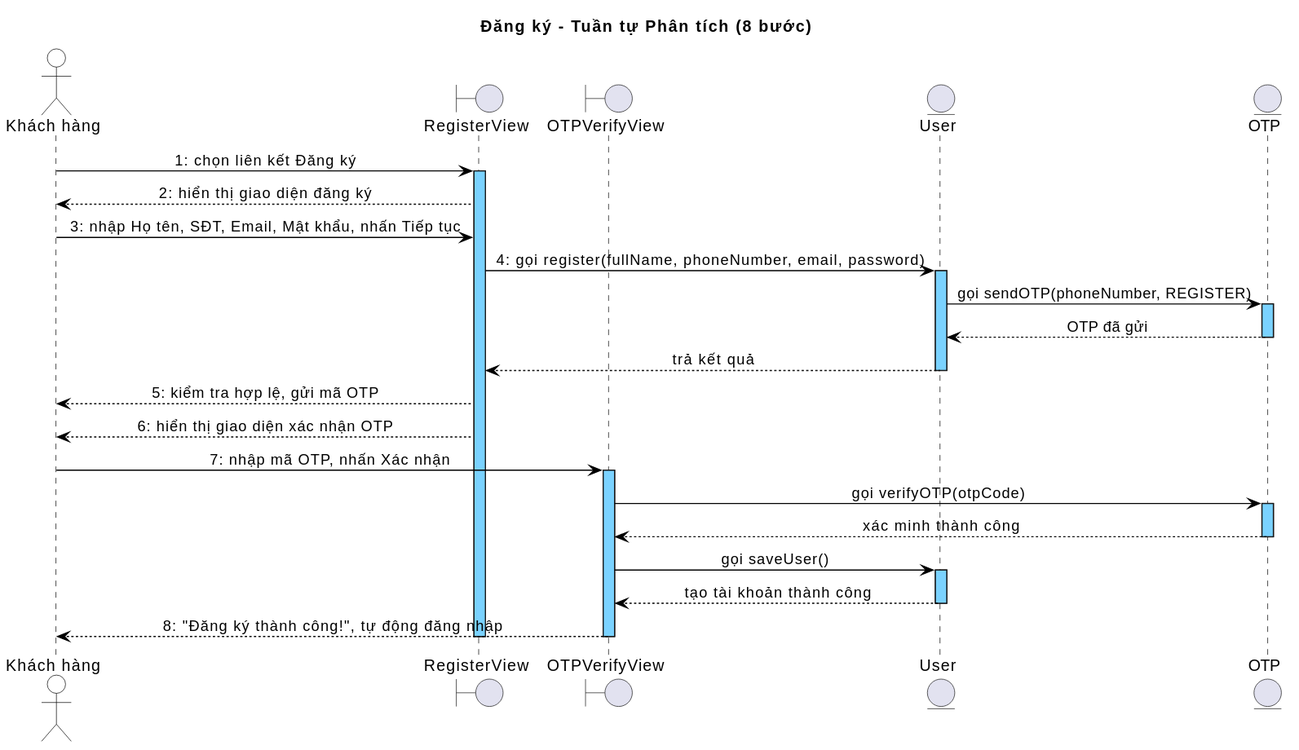
thanhtrnnn/cnpm keeps this PlantUML diagram as output/diagrams/account_seq_register_analysis.svg. Above is the earlier version.
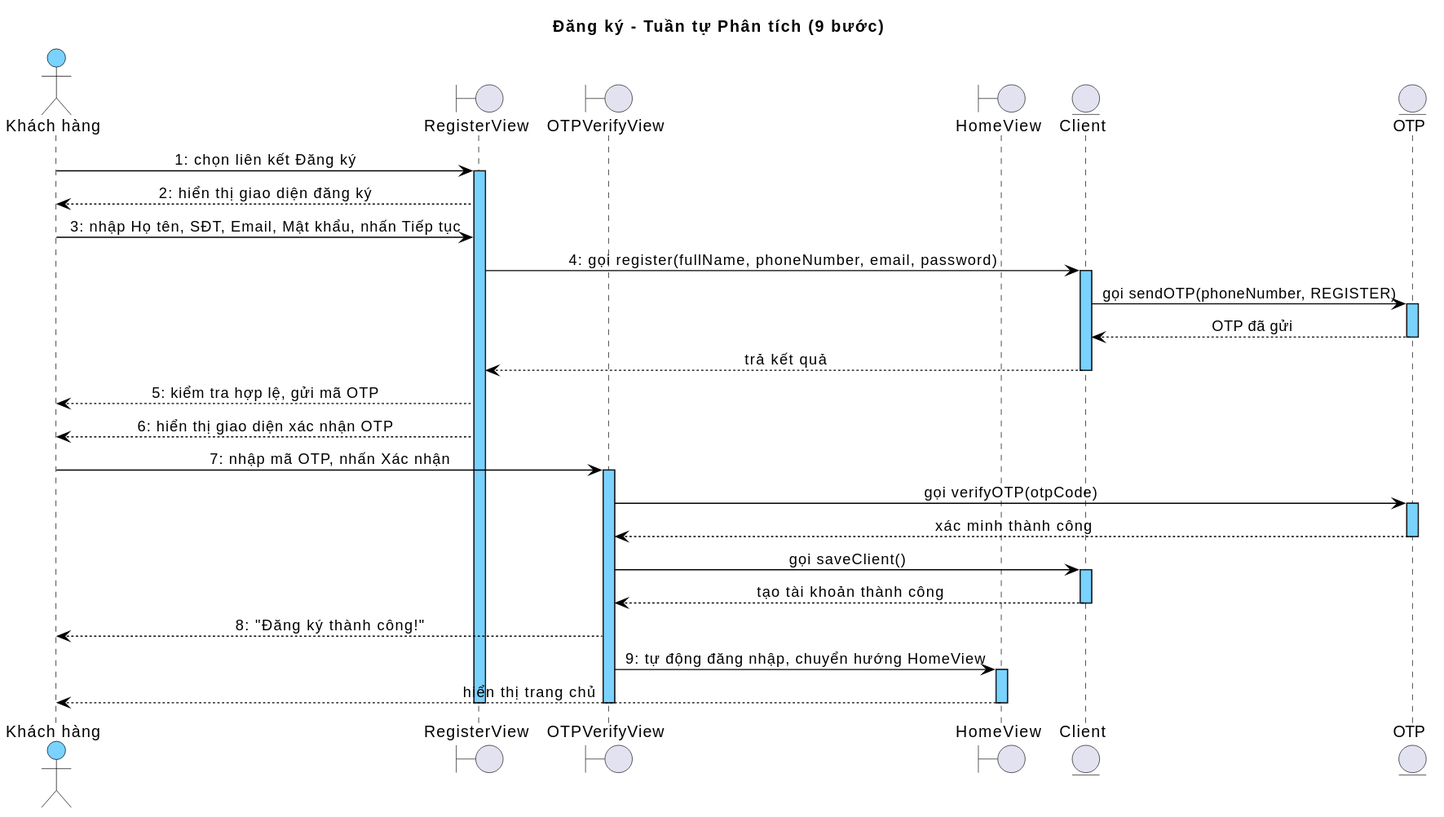
After the change.

Change to the diagram source:
```diff
@@ -17,14 +17,15 @@
 skinparam sequenceMessageFontColor #000000
 skinparam sequenceMessageFontSize 10
 skinparam sequenceActorBorderColor #000000
-skinparam sequenceActorBackgroundColor transparent
+skinparam sequenceActorBackgroundColor #7AD2FF
 skinparam sequenceActorFontColor #000000
-title Đăng ký - Tuần tự Phân tích (8 bước)
+title Đăng ký - Tuần tự Phân tích (9 bước)
 
 actor "Khách hàng" as Actor
 boundary RegisterView as B1
 boundary OTPVerifyView as B2
-entity User as E1
+boundary HomeView as B3
+entity Client as E1
 entity OTP as E2
 
 Actor -> B1 : 1: chọn liên kết Đăng ký
@@ -47,11 +48,15 @@
 activate E2
 E2 --> B2 : xác minh thành công
 deactivate E2
-B2 -> E1 : gọi saveUser()
+B2 -> E1 : gọi saveClient()
 activate E1
 E1 --> B2 : tạo tài khoản thành công
 deactivate E1
-B2 --> Actor : 8: "Đăng ký thành công!", tự động đăng nhập
+B2 --> Actor : 8: "Đăng ký thành công!"
+B2 -> B3 : 9: tự động đăng nhập, chuyển hướng HomeView
+activate B3
+B3 --> Actor : hiển thị trang chủ
+deactivate B3
 deactivate B2
 deactivate B1
 @enduml
```
